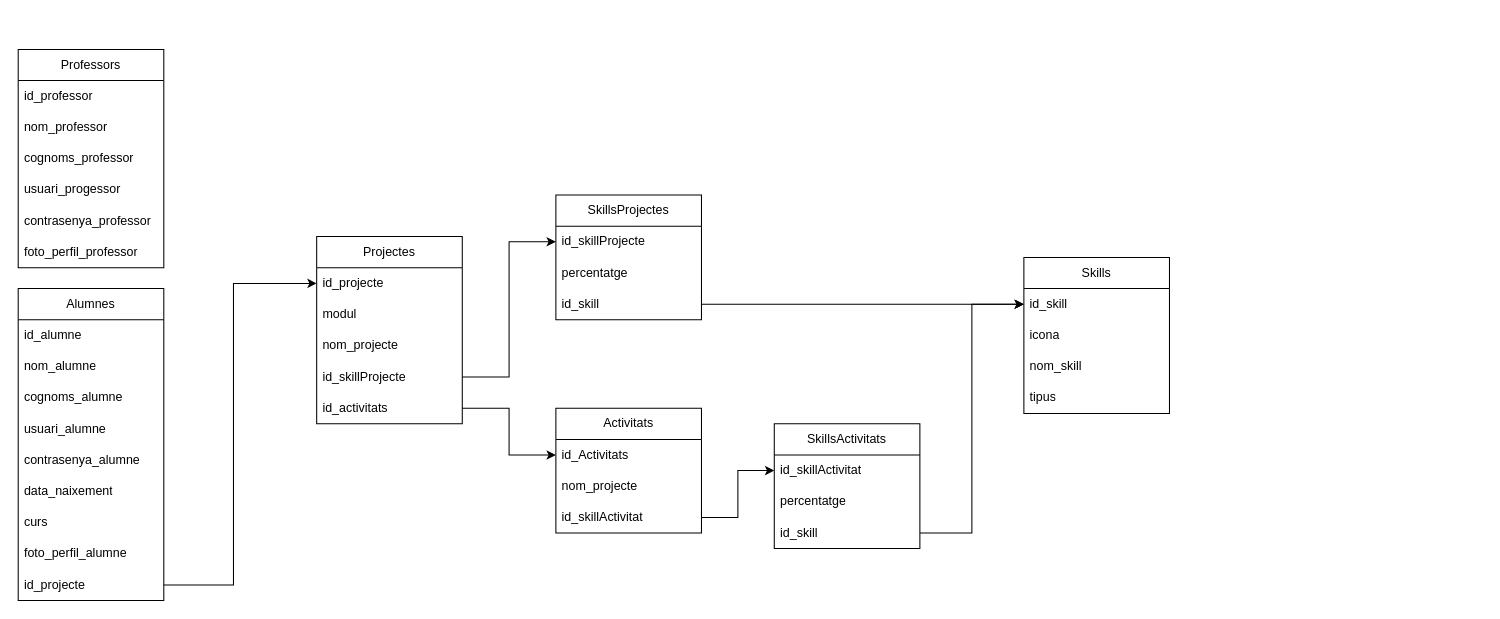
Above: Micro02-BBDD.drawio in MiguelGallardoRevaliente/Micro02 (draw.io), before the change. Source tidied: cells renumbered, new cells numbered last; positions are measured from the earlier drawing's top-left corner, leaving out a move shared by most shapes. Both pictures are drawn from the tidied source at 104%, with x=0, y=0 at pixel (18, 49).
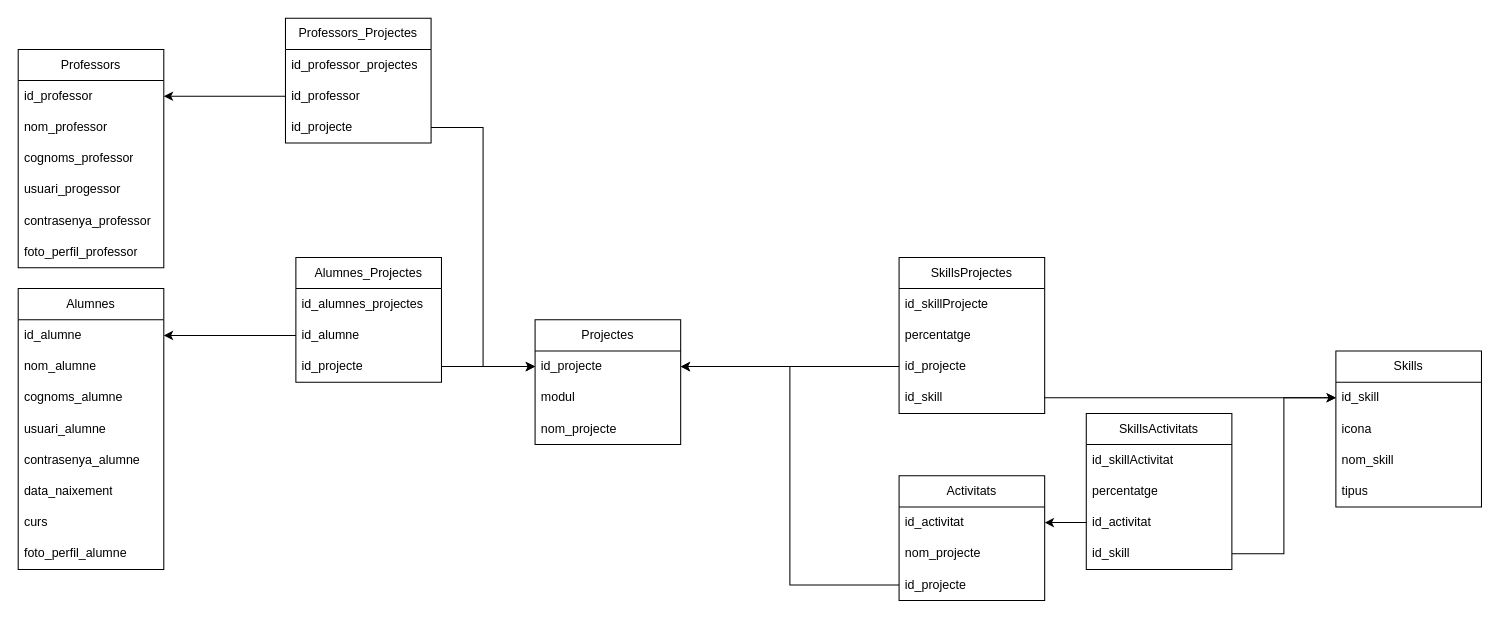
After the change.

The change refers to these unchanged cells:
```xml
<mxCell id="3" value="id_professor" style="text;strokeColor=none;fillColor=none;align=left;verticalAlign=middle;spacingLeft=4;spacingRight=4;overflow=hidden;points=[[0,0.5],[1,0.5]];portConstraint=eastwest;whiteSpace=wrap;html=1;" parent="2" vertex="1">
  <mxGeometry y="30" width="140" height="30" as="geometry" />
</mxCell>
<mxCell id="10" value="id_alumne" style="text;strokeColor=none;fillColor=none;align=left;verticalAlign=middle;spacingLeft=4;spacingRight=4;overflow=hidden;points=[[0,0.5],[1,0.5]];portConstraint=eastwest;whiteSpace=wrap;html=1;" parent="9" vertex="1">
  <mxGeometry y="30" width="140" height="30" as="geometry" />
</mxCell>
<mxCell id="20" value="id_projecte" style="text;strokeColor=none;fillColor=none;align=left;verticalAlign=middle;spacingLeft=4;spacingRight=4;overflow=hidden;points=[[0,0.5],[1,0.5]];portConstraint=eastwest;whiteSpace=wrap;html=1;" parent="19" vertex="1">
  <mxGeometry y="30" width="140" height="30" as="geometry" />
</mxCell>
<mxCell id="35" value="id_skillProjecte" style="text;strokeColor=none;fillColor=none;align=left;verticalAlign=middle;spacingLeft=4;spacingRight=4;overflow=hidden;points=[[0,0.5],[1,0.5]];portConstraint=eastwest;whiteSpace=wrap;html=1;" parent="34" vertex="1">
  <mxGeometry y="30" width="140" height="30" as="geometry" />
</mxCell>
<mxCell id="39" value="id_skillActivitat" style="text;strokeColor=none;fillColor=none;align=left;verticalAlign=middle;spacingLeft=4;spacingRight=4;overflow=hidden;points=[[0,0.5],[1,0.5]];portConstraint=eastwest;whiteSpace=wrap;html=1;" parent="38" vertex="1">
  <mxGeometry y="30" width="140" height="30" as="geometry" />
</mxCell>
```

The edit, as a diff of the source:
```diff
@@
     <mxCell id="9" value="Alumnes" style="swimlane;fontStyle=0;horizontal=1;startSize=30;whiteSpace=wrap;html=1;" parent="1" vertex="1">
-      <mxGeometry y="230" width="140" height="300" as="geometry" />
+      <mxGeometry y="230" width="140" height="270" as="geometry" />
     </mxCell>
@@
-    <mxCell id="18" value="id_projecte" style="text;strokeColor=none;fillColor=none;align=left;verticalAlign=middle;spacingLeft=4;spacingRight=4;overflow=hidden;points=[[0,0.5],[1,0.5]];portConstraint=eastwest;whiteSpace=wrap;html=1;" parent="9" vertex="1">
-      <mxGeometry y="270" width="140" height="30" as="geometry" />
-    </mxCell>
     <mxCell id="19" value="Projectes" style="swimlane;fontStyle=0;horizontal=1;startSize=30;whiteSpace=wrap;html=1;" parent="1" vertex="1">
-      <mxGeometry x="287" y="180" width="140" height="180" as="geometry" />
+      <mxGeometry x="497" y="260" width="140" height="120" as="geometry" />
     </mxCell>
@@
-    <mxCell id="23" value="id_skillProjecte" style="text;strokeColor=none;fillColor=none;align=left;verticalAlign=middle;spacingLeft=4;spacingRight=4;overflow=hidden;points=[[0,0.5],[1,0.5]];portConstraint=eastwest;whiteSpace=wrap;html=1;" parent="19" vertex="1">
-      <mxGeometry y="120" width="140" height="30" as="geometry" />
-    </mxCell>
-    <mxCell id="24" value="id_activitats" style="text;strokeColor=none;fillColor=none;align=left;verticalAlign=middle;spacingLeft=4;spacingRight=4;overflow=hidden;points=[[0,0.5],[1,0.5]];portConstraint=eastwest;whiteSpace=wrap;html=1;" parent="19" vertex="1">
-      <mxGeometry y="150" width="140" height="30" as="geometry" />
-    </mxCell>
     <mxCell id="25" value="Skills" style="swimlane;fontStyle=0;horizontal=1;startSize=30;whiteSpace=wrap;html=1;" parent="1" vertex="1">
-      <mxGeometry x="967" y="200" width="140" height="150" as="geometry" />
+      <mxGeometry x="1267" y="290" width="140" height="150" as="geometry" />
     </mxCell>
@@
     <mxCell id="30" value="Activitats" style="swimlane;fontStyle=0;horizontal=1;startSize=30;whiteSpace=wrap;html=1;" parent="1" vertex="1">
-      <mxGeometry x="517" y="345" width="140" height="120" as="geometry" />
+      <mxGeometry x="847" y="410" width="140" height="120" as="geometry" />
     </mxCell>
-    <mxCell id="31" value="id_Activitats" style="text;strokeColor=none;fillColor=none;align=left;verticalAlign=middle;spacingLeft=4;spacingRight=4;overflow=hidden;points=[[0,0.5],[1,0.5]];portConstraint=eastwest;whiteSpace=wrap;html=1;" parent="30" vertex="1">
+    <mxCell id="31" value="id_activitat" style="text;strokeColor=none;fillColor=none;align=left;verticalAlign=middle;spacingLeft=4;spacingRight=4;overflow=hidden;points=[[0,0.5],[1,0.5]];portConstraint=eastwest;whiteSpace=wrap;html=1;" parent="30" vertex="1">
       <mxGeometry y="30" width="140" height="30" as="geometry" />
     </mxCell>
@@
-    <mxCell id="33" value="id_skillActivitat" style="text;strokeColor=none;fillColor=none;align=left;verticalAlign=middle;spacingLeft=4;spacingRight=4;overflow=hidden;points=[[0,0.5],[1,0.5]];portConstraint=eastwest;whiteSpace=wrap;html=1;" parent="30" vertex="1">
+    <mxCell id="33" value="id_projecte" style="text;strokeColor=none;fillColor=none;align=left;verticalAlign=middle;spacingLeft=4;spacingRight=4;overflow=hidden;points=[[0,0.5],[1,0.5]];portConstraint=eastwest;whiteSpace=wrap;html=1;" parent="30" vertex="1">
       <mxGeometry y="90" width="140" height="30" as="geometry" />
     </mxCell>
     <mxCell id="34" value="SkillsProjectes" style="swimlane;fontStyle=0;horizontal=1;startSize=30;whiteSpace=wrap;html=1;" parent="1" vertex="1">
-      <mxGeometry x="517" y="140" width="140" height="120" as="geometry" />
+      <mxGeometry x="847" y="200" width="140" height="150" as="geometry" />
     </mxCell>
@@
+    <mxCell id="48" value="id_projecte" style="text;strokeColor=none;fillColor=none;align=left;verticalAlign=middle;spacingLeft=4;spacingRight=4;overflow=hidden;points=[[0,0.5],[1,0.5]];portConstraint=eastwest;whiteSpace=wrap;html=1;" parent="34" vertex="1">
+      <mxGeometry y="90" width="140" height="30" as="geometry" />
+    </mxCell>
     <mxCell id="37" value="id_skill" style="text;strokeColor=none;fillColor=none;align=left;verticalAlign=middle;spacingLeft=4;spacingRight=4;overflow=hidden;points=[[0,0.5],[1,0.5]];portConstraint=eastwest;whiteSpace=wrap;html=1;" parent="34" vertex="1">
-      <mxGeometry y="90" width="140" height="30" as="geometry" />
+      <mxGeometry y="120" width="140" height="30" as="geometry" />
     </mxCell>
     <mxCell id="38" value="SkillsActivitats" style="swimlane;fontStyle=0;horizontal=1;startSize=30;whiteSpace=wrap;html=1;" parent="1" vertex="1">
-      <mxGeometry x="727" y="360" width="140" height="120" as="geometry" />
+      <mxGeometry x="1027" y="350" width="140" height="150" as="geometry" />
     </mxCell>
@@
+    <mxCell id="49" value="id_activitat" style="text;strokeColor=none;fillColor=none;align=left;verticalAlign=middle;spacingLeft=4;spacingRight=4;overflow=hidden;points=[[0,0.5],[1,0.5]];portConstraint=eastwest;whiteSpace=wrap;html=1;" parent="38" vertex="1">
+      <mxGeometry y="90" width="140" height="30" as="geometry" />
+    </mxCell>
     <mxCell id="41" value="id_skill" style="text;strokeColor=none;fillColor=none;align=left;verticalAlign=middle;spacingLeft=4;spacingRight=4;overflow=hidden;points=[[0,0.5],[1,0.5]];portConstraint=eastwest;whiteSpace=wrap;html=1;" parent="38" vertex="1">
-      <mxGeometry y="90" width="140" height="30" as="geometry" />
+      <mxGeometry y="120" width="140" height="30" as="geometry" />
     </mxCell>
-    <mxCell id="42" style="edgeStyle=orthogonalEdgeStyle;rounded=0;jettySize=auto;html=1;entryX=0;entryY=0.5;entryDx=0;entryDy=0;" parent="1" edge="1" source="18" target="20">
-      <mxGeometry relative="1" as="geometry">
-        <Array as="points">
-          <mxPoint x="207" y="515" />
-          <mxPoint x="207" y="225" />
-        </Array>
-      </mxGeometry>
-    </mxCell>
-    <mxCell id="43" style="edgeStyle=orthogonalEdgeStyle;rounded=0;jettySize=auto;html=1;entryX=0;entryY=0.5;entryDx=0;entryDy=0;" parent="1" edge="1" source="24" target="31">
+    <mxCell id="43" style="edgeStyle=orthogonalEdgeStyle;rounded=0;jettySize=auto;html=1;entryX=0;entryY=0.5;entryDx=0;entryDy=0;" parent="1" edge="1" target="31">
       <mxGeometry relative="1" as="geometry" />
     </mxCell>
-    <mxCell id="44" style="edgeStyle=orthogonalEdgeStyle;rounded=0;jettySize=auto;html=1;entryX=0;entryY=0.5;entryDx=0;entryDy=0;" parent="1" edge="1" source="23" target="35">
+    <mxCell id="44" style="edgeStyle=orthogonalEdgeStyle;rounded=0;jettySize=auto;html=1;entryX=0;entryY=0.5;entryDx=0;entryDy=0;" parent="1" edge="1" target="35">
       <mxGeometry relative="1" as="geometry" />
     </mxCell>
-    <mxCell id="45" style="edgeStyle=orthogonalEdgeStyle;rounded=0;jettySize=auto;html=1;entryX=0;entryY=0.5;entryDx=0;entryDy=0;" parent="1" edge="1" source="33" target="39">
-      <mxGeometry relative="1" as="geometry" />
-    </mxCell>
@@
+    <mxCell id="50" value="Alumnes_Projectes" style="swimlane;fontStyle=0;horizontal=1;startSize=30;whiteSpace=wrap;html=1;" parent="1" vertex="1">
+      <mxGeometry x="267" y="200" width="140" height="120" as="geometry" />
+    </mxCell>
+    <mxCell id="51" value="id_alumnes_projectes" style="text;strokeColor=none;fillColor=none;align=left;verticalAlign=middle;spacingLeft=4;spacingRight=4;overflow=hidden;whiteSpace=wrap;html=1;" parent="50" vertex="1">
+      <mxGeometry y="30" width="140" height="30" as="geometry" />
+    </mxCell>
+    <mxCell id="52" value="id_alumne" style="text;strokeColor=none;fillColor=none;align=left;verticalAlign=middle;spacingLeft=4;spacingRight=4;overflow=hidden;points=[[0,0.5],[1,0.5]];portConstraint=eastwest;whiteSpace=wrap;html=1;" parent="50" vertex="1">
+      <mxGeometry y="60" width="140" height="30" as="geometry" />
+    </mxCell>
+    <mxCell id="53" value="id_projecte" style="text;strokeColor=none;fillColor=none;align=left;verticalAlign=middle;spacingLeft=4;spacingRight=4;overflow=hidden;points=[[0,0.5],[1,0.5]];portConstraint=eastwest;whiteSpace=wrap;html=1;" parent="50" vertex="1">
+      <mxGeometry y="90" width="140" height="30" as="geometry" />
+    </mxCell>
+    <mxCell id="54" style="edgeStyle=orthogonalEdgeStyle;rounded=0;jettySize=auto;html=1;entryX=1;entryY=0.5;entryDx=0;entryDy=0;" parent="1" edge="1" source="52" target="10">
+      <mxGeometry relative="1" as="geometry" />
+    </mxCell>
+    <mxCell id="55" style="edgeStyle=orthogonalEdgeStyle;rounded=0;jettySize=auto;html=1;entryX=0;entryY=0.5;entryDx=0;entryDy=0;" parent="1" edge="1" source="53" target="20">
+      <mxGeometry relative="1" as="geometry" />
+    </mxCell>
+    <mxCell id="56" style="edgeStyle=orthogonalEdgeStyle;rounded=0;jettySize=auto;html=1;entryX=1;entryY=0.5;entryDx=0;entryDy=0;" parent="1" edge="1" source="48" target="20">
+      <mxGeometry relative="1" as="geometry" />
+    </mxCell>
+    <mxCell id="57" style="edgeStyle=orthogonalEdgeStyle;rounded=0;jettySize=auto;html=1;entryX=1;entryY=0.5;entryDx=0;entryDy=0;" parent="1" edge="1" source="33" target="20">
+      <mxGeometry relative="1" as="geometry" />
+    </mxCell>
+    <mxCell id="58" style="edgeStyle=orthogonalEdgeStyle;rounded=0;jettySize=auto;html=1;entryX=1;entryY=0.5;entryDx=0;entryDy=0;" parent="1" edge="1" source="49" target="31">
+      <mxGeometry relative="1" as="geometry" />
+    </mxCell>
+    <mxCell id="59" value="Professors_Projectes" style="swimlane;fontStyle=0;horizontal=1;startSize=30;whiteSpace=wrap;html=1;" parent="1" vertex="1">
+      <mxGeometry x="257" y="-30" width="140" height="120" as="geometry" />
+    </mxCell>
+    <mxCell id="60" value="id_professor_projectes" style="text;strokeColor=none;fillColor=none;align=left;verticalAlign=middle;spacingLeft=4;spacingRight=4;overflow=hidden;whiteSpace=wrap;html=1;" parent="59" vertex="1">
+      <mxGeometry y="30" width="140" height="30" as="geometry" />
+    </mxCell>
+    <mxCell id="61" value="id_professor" style="text;strokeColor=none;fillColor=none;align=left;verticalAlign=middle;spacingLeft=4;spacingRight=4;overflow=hidden;points=[[0,0.5],[1,0.5]];portConstraint=eastwest;whiteSpace=wrap;html=1;" parent="59" vertex="1">
+      <mxGeometry y="60" width="140" height="30" as="geometry" />
+    </mxCell>
+    <mxCell id="62" value="id_projecte" style="text;strokeColor=none;fillColor=none;align=left;verticalAlign=middle;spacingLeft=4;spacingRight=4;overflow=hidden;points=[[0,0.5],[1,0.5]];portConstraint=eastwest;whiteSpace=wrap;html=1;" parent="59" vertex="1">
+      <mxGeometry y="90" width="140" height="30" as="geometry" />
+    </mxCell>
+    <mxCell id="63" style="edgeStyle=orthogonalEdgeStyle;rounded=0;jettySize=auto;html=1;entryX=1;entryY=0.5;entryDx=0;entryDy=0;" parent="1" edge="1" source="61" target="3">
+      <mxGeometry relative="1" as="geometry" />
+    </mxCell>
+    <mxCell id="64" style="edgeStyle=orthogonalEdgeStyle;rounded=0;jettySize=auto;html=1;entryX=0;entryY=0.5;entryDx=0;entryDy=0;" parent="1" edge="1" source="62" target="20">
+      <mxGeometry relative="1" as="geometry" />
+    </mxCell>
```
